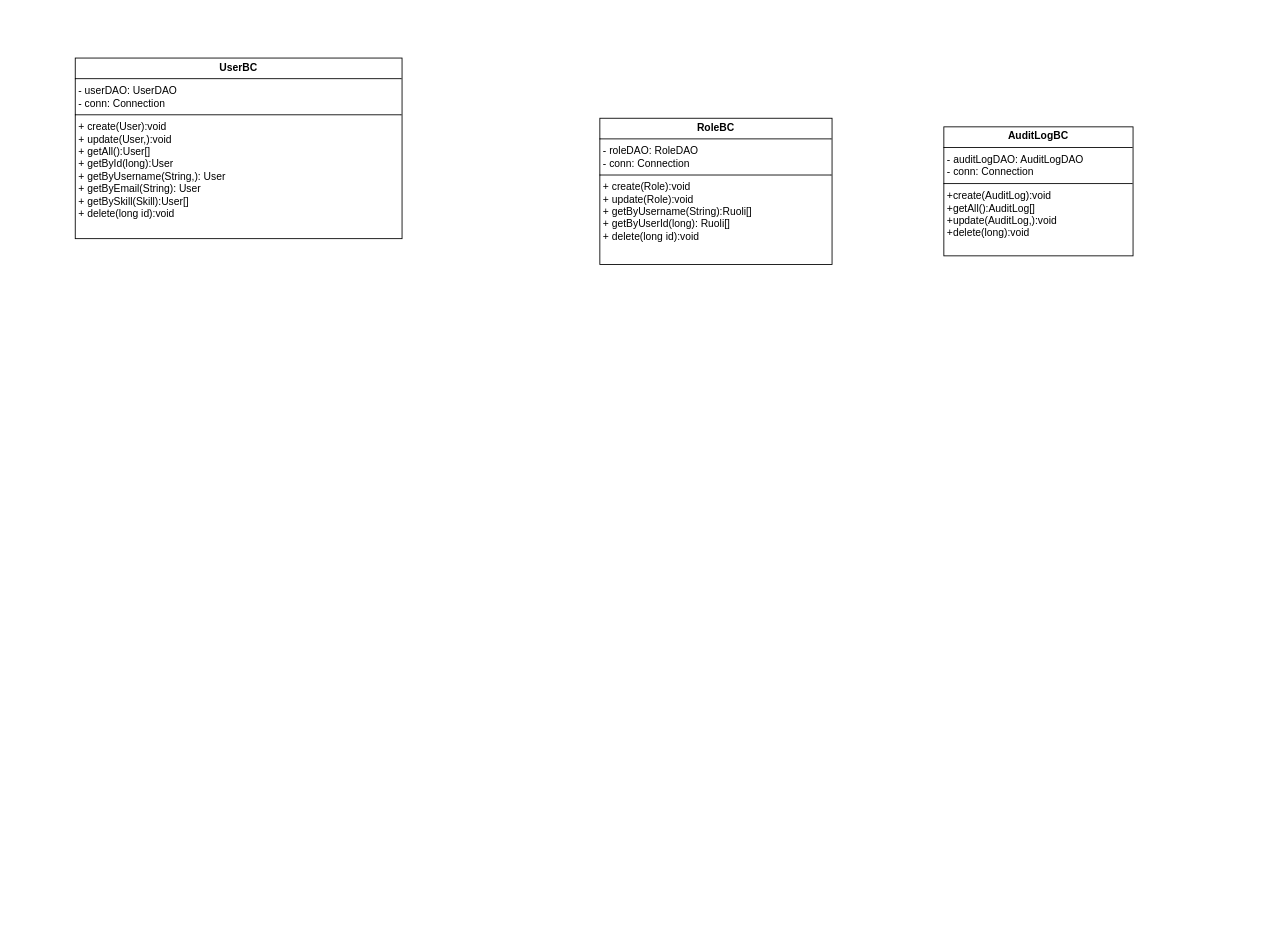
The draw.io diagram page "BC" (2 of 2) of gestione_progetti_uml.drawio in davide-vigano-tas/gestione_progetti, before the edit. Source tidied: cells renumbered, new cells numbered last; positions are measured from the earlier drawing's top-left corner, leaving out a move shared by most shapes. Both pictures are drawn from the tidied source at 86%, with x=0, y=0 at pixel (75, 58).
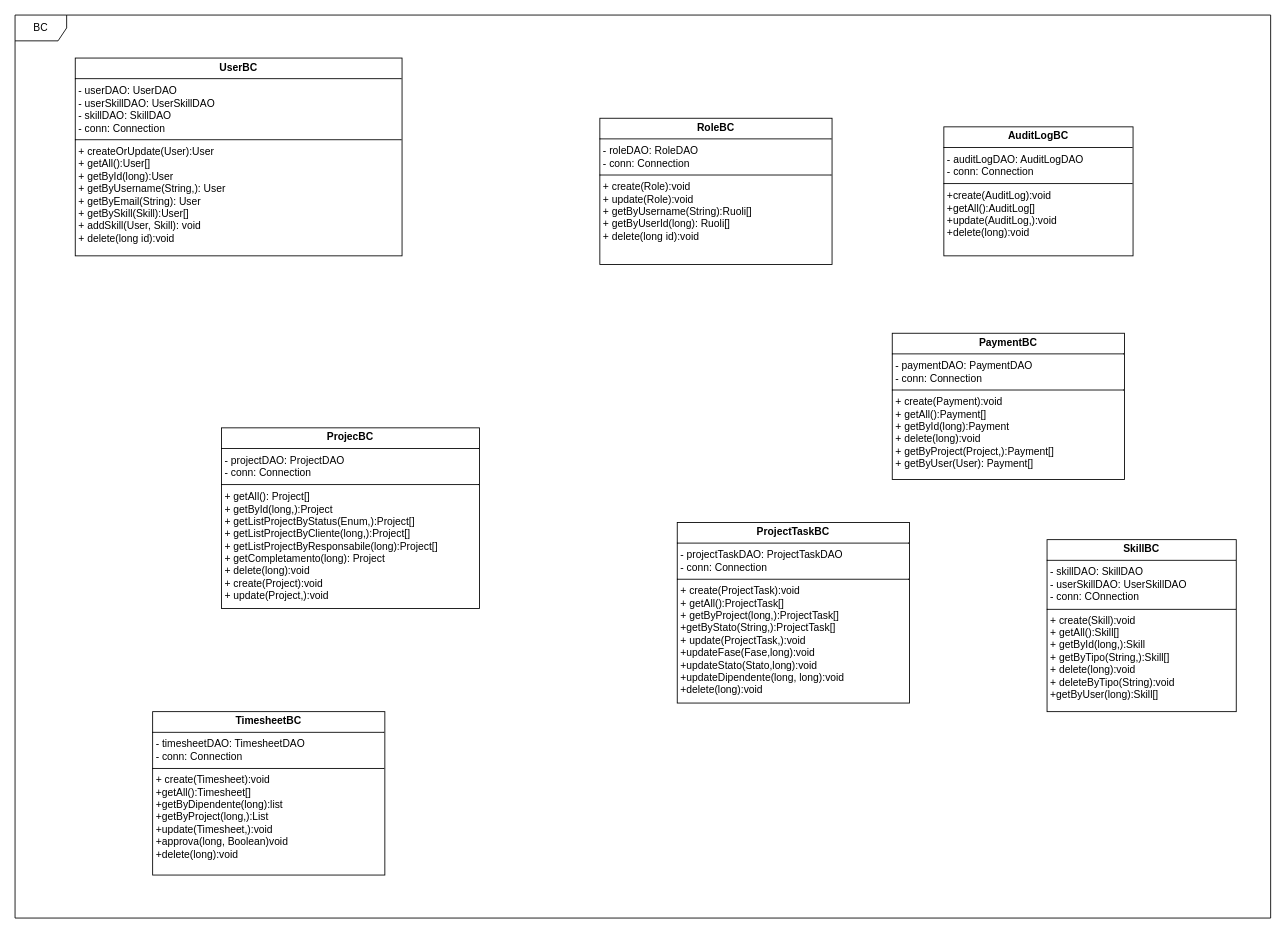
The same diagram, later.

Diff of the diagram source:
```diff
@@
 <mxGraphModel>
   <root>
     <mxCell id="0" />
     <mxCell id="1" parent="0" />
-    <mxCell id="2" value="&lt;p style=&quot;margin:0px;margin-top:4px;text-align:center;&quot;&gt;&lt;b style=&quot;background-color: light-dark(#ffffff, var(--ge-dark-color, #121212));&quot;&gt;&lt;font style=&quot;color: rgb(0, 0, 0);&quot;&gt;UserBC&lt;/font&gt;&lt;/b&gt;&lt;/p&gt;&lt;hr size=&quot;1&quot; style=&quot;border-style:solid;&quot;&gt;&lt;p style=&quot;margin:0px;margin-left:4px;&quot;&gt;- userDAO: UserDAO&lt;/p&gt;&lt;p style=&quot;margin:0px;margin-left:4px;&quot;&gt;- conn: Connection&lt;/p&gt;&lt;hr size=&quot;1&quot; style=&quot;border-style:solid;&quot;&gt;&lt;p style=&quot;margin:0px;margin-left:4px;&quot;&gt;+ create(User):void&lt;/p&gt;&lt;p style=&quot;margin:0px;margin-left:4px;&quot;&gt;+ update(User,):void&lt;/p&gt;&lt;p style=&quot;margin:0px;margin-left:4px;&quot;&gt;+ getAll():User[]&lt;/p&gt;&lt;p style=&quot;margin:0px;margin-left:4px;&quot;&gt;+ getById(long):User&lt;/p&gt;&lt;p style=&quot;margin:0px;margin-left:4px;&quot;&gt;+ getByUsername(String,): User&lt;/p&gt;&lt;p style=&quot;margin:0px;margin-left:4px;&quot;&gt;+&amp;nbsp;&lt;span style=&quot;background-color: transparent; color: light-dark(rgb(0, 0, 0), rgb(255, 255, 255));&quot;&gt;getByEmail(String): User&lt;/span&gt;&lt;/p&gt;&lt;p style=&quot;margin:0px;margin-left:4px;&quot;&gt;+ getBySkill(Skill):User[]&lt;/p&gt;&lt;p style=&quot;margin:0px;margin-left:4px;&quot;&gt;+ delete(long id):void&lt;/p&gt;" style="verticalAlign=top;align=left;overflow=fill;html=1;whiteSpace=wrap;" parent="1" vertex="1">
-      <mxGeometry width="380" height="210" as="geometry" />
+    <mxCell id="2" value="&lt;p style=&quot;margin:0px;margin-top:4px;text-align:center;&quot;&gt;&lt;b style=&quot;background-color: light-dark(#ffffff, var(--ge-dark-color, #121212));&quot;&gt;&lt;font style=&quot;color: rgb(0, 0, 0);&quot;&gt;UserBC&lt;/font&gt;&lt;/b&gt;&lt;/p&gt;&lt;hr size=&quot;1&quot; style=&quot;border-style:solid;&quot;&gt;&lt;p style=&quot;margin:0px;margin-left:4px;&quot;&gt;- userDAO: UserDAO&lt;/p&gt;&lt;p style=&quot;margin:0px;margin-left:4px;&quot;&gt;- userSkillDAO: UserSkillDAO&lt;/p&gt;&lt;p style=&quot;margin:0px;margin-left:4px;&quot;&gt;- skillDAO: SkillDAO&lt;/p&gt;&lt;p style=&quot;margin:0px;margin-left:4px;&quot;&gt;- conn: Connection&lt;/p&gt;&lt;hr size=&quot;1&quot; style=&quot;border-style:solid;&quot;&gt;&lt;p style=&quot;margin:0px;margin-left:4px;&quot;&gt;+ createOrUpdate(User):User&lt;/p&gt;&lt;p style=&quot;margin:0px;margin-left:4px;&quot;&gt;+ getAll():User[]&lt;/p&gt;&lt;p style=&quot;margin:0px;margin-left:4px;&quot;&gt;+ getById(long):User&lt;/p&gt;&lt;p style=&quot;margin:0px;margin-left:4px;&quot;&gt;+ getByUsername(String,): User&lt;/p&gt;&lt;p style=&quot;margin:0px;margin-left:4px;&quot;&gt;+&amp;nbsp;&lt;span style=&quot;background-color: transparent; color: light-dark(rgb(0, 0, 0), rgb(255, 255, 255));&quot;&gt;getByEmail(String): User&lt;/span&gt;&lt;/p&gt;&lt;p style=&quot;margin:0px;margin-left:4px;&quot;&gt;+ getBySkill(Skill):User[]&lt;/p&gt;&lt;p style=&quot;margin:0px;margin-left:4px;&quot;&gt;+ addSkill(User, Skill): void&lt;/p&gt;&lt;p style=&quot;margin:0px;margin-left:4px;&quot;&gt;+ delete(long id):void&lt;/p&gt;" style="verticalAlign=top;align=left;overflow=fill;html=1;whiteSpace=wrap;" parent="1" vertex="1">
+      <mxGeometry width="380" height="230" as="geometry" />
     </mxCell>
     <mxCell id="3" value="&lt;p style=&quot;margin:0px;margin-top:4px;text-align:center;&quot;&gt;&lt;b&gt;RoleBC&lt;/b&gt;&lt;/p&gt;&lt;hr size=&quot;1&quot; style=&quot;border-style:solid;&quot;&gt;&lt;p style=&quot;margin:0px;margin-left:4px;&quot;&gt;- roleDAO: RoleDAO&lt;/p&gt;&lt;p style=&quot;margin:0px;margin-left:4px;&quot;&gt;- conn: Connection&lt;/p&gt;&lt;hr size=&quot;1&quot; style=&quot;border-style:solid;&quot;&gt;&lt;p style=&quot;margin:0px;margin-left:4px;&quot;&gt;+ create(Role):void&lt;/p&gt;&lt;p style=&quot;margin:0px;margin-left:4px;&quot;&gt;+ update(Role):void&lt;/p&gt;&lt;p style=&quot;margin:0px;margin-left:4px;&quot;&gt;+ getByUsername(String):Ruoli[]&lt;/p&gt;&lt;p style=&quot;margin:0px;margin-left:4px;&quot;&gt;+ getByUserId(long): Ruoli[]&lt;/p&gt;&lt;p style=&quot;margin:0px;margin-left:4px;&quot;&gt;+ delete(long id):void&lt;/p&gt;" style="verticalAlign=top;align=left;overflow=fill;html=1;whiteSpace=wrap;" parent="1" vertex="1">
       <mxGeometry x="610" y="70" width="270" height="170" as="geometry" />
     </mxCell>
     <mxCell id="4" value="&lt;p style=&quot;margin:0px;margin-top:4px;text-align:center;&quot;&gt;&lt;span style=&quot;background-color: rgb(255, 255, 255);&quot;&gt;&lt;b&gt;AuditLogBC&lt;/b&gt;&lt;/span&gt;&lt;/p&gt;&lt;hr size=&quot;1&quot; style=&quot;border-style:solid;&quot;&gt;&lt;p style=&quot;margin:0px;margin-left:4px;&quot;&gt;- auditLogDAO: AuditLogDAO&lt;/p&gt;&lt;p style=&quot;margin:0px;margin-left:4px;&quot;&gt;- conn: Connection&lt;/p&gt;&lt;hr size=&quot;1&quot; style=&quot;border-style:solid;&quot;&gt;&lt;p style=&quot;margin:0px;margin-left:4px;&quot;&gt;+create(AuditLog):void&lt;/p&gt;&lt;p style=&quot;margin:0px;margin-left:4px;&quot;&gt;+getAll():AuditLog[]&lt;/p&gt;&lt;p style=&quot;margin:0px;margin-left:4px;&quot;&gt;+update(AuditLog,):void&lt;/p&gt;&lt;p style=&quot;margin:0px;margin-left:4px;&quot;&gt;+delete(long):void&lt;/p&gt;" style="verticalAlign=top;align=left;overflow=fill;html=1;whiteSpace=wrap;" parent="1" vertex="1">
       <mxGeometry x="1010" y="80" width="220" height="150" as="geometry" />
     </mxCell>
+    <mxCell id="5" value="&lt;p style=&quot;margin:0px;margin-top:4px;text-align:center;&quot;&gt;&lt;b style=&quot;background-color: light-dark(#ffffff, var(--ge-dark-color, #121212));&quot;&gt;&lt;font style=&quot;color: rgb(0, 0, 0);&quot;&gt;ProjecBC&lt;/font&gt;&lt;/b&gt;&lt;/p&gt;&lt;hr size=&quot;1&quot; style=&quot;border-style:solid;&quot;&gt;&lt;p style=&quot;margin:0px;margin-left:4px;&quot;&gt;- projectDAO: ProjectDAO&lt;/p&gt;&lt;p style=&quot;margin:0px;margin-left:4px;&quot;&gt;- conn: Connection&lt;/p&gt;&lt;hr size=&quot;1&quot; style=&quot;border-style:solid;&quot;&gt;&lt;p style=&quot;margin:0px;margin-left:4px;&quot;&gt;+ getAll(): Project[]&lt;/p&gt;&lt;p style=&quot;margin: 0px 0px 0px 4px;&quot;&gt;+ getById(long,):Project&lt;/p&gt;&lt;p style=&quot;margin: 0px 0px 0px 4px;&quot;&gt;+ getListProjectByStatus(Enum,):Project[]&lt;/p&gt;&lt;p style=&quot;margin: 0px 0px 0px 4px;&quot;&gt;+ getListProjectByCliente(long,):Project[]&lt;/p&gt;&lt;p style=&quot;margin: 0px 0px 0px 4px;&quot;&gt;+ getListProjectByResponsabile(long):Project[]&lt;/p&gt;&lt;p style=&quot;margin: 0px 0px 0px 4px;&quot;&gt;+ getCompletamento(long): Project&lt;/p&gt;&lt;p style=&quot;margin: 0px 0px 0px 4px;&quot;&gt;+&amp;nbsp;&lt;span style=&quot;background-color: transparent; color: light-dark(rgb(0, 0, 0), rgb(255, 255, 255));&quot;&gt;delete(long):void&lt;/span&gt;&lt;/p&gt;&lt;p style=&quot;margin: 0px 0px 0px 4px;&quot;&gt;&lt;span style=&quot;background-color: transparent; color: light-dark(rgb(0, 0, 0), rgb(255, 255, 255));&quot;&gt;+&amp;nbsp;&lt;/span&gt;&lt;span style=&quot;background-color: transparent; color: light-dark(rgb(0, 0, 0), rgb(255, 255, 255));&quot;&gt;create(Project):void&lt;/span&gt;&lt;/p&gt;&lt;p style=&quot;margin: 0px 0px 0px 4px;&quot;&gt;&lt;span style=&quot;color: light-dark(rgb(0, 0, 0), rgb(255, 255, 255)); background-color: transparent;&quot;&gt;+&amp;nbsp;&lt;/span&gt;&lt;span style=&quot;color: light-dark(rgb(0, 0, 0), rgb(255, 255, 255)); background-color: transparent;&quot;&gt;update(Project,):void&lt;/span&gt;&lt;span style=&quot;background-color: transparent; color: light-dark(rgb(0, 0, 0), rgb(255, 255, 255));&quot;&gt;&lt;/span&gt;&lt;/p&gt;&lt;div&gt;&lt;br&gt;&lt;/div&gt;" style="verticalAlign=top;align=left;overflow=fill;html=1;whiteSpace=wrap;" parent="1" vertex="1">
+      <mxGeometry x="170" y="430" width="300" height="210" as="geometry" />
+    </mxCell>
+    <mxCell id="6" value="&lt;p style=&quot;margin:0px;margin-top:4px;text-align:center;&quot;&gt;&lt;span style=&quot;background-color: rgb(255, 255, 255);&quot;&gt;&lt;b&gt;ProjectTaskBC&lt;/b&gt;&lt;/span&gt;&lt;/p&gt;&lt;hr size=&quot;1&quot; style=&quot;border-style:solid;&quot;&gt;&lt;p style=&quot;margin:0px;margin-left:4px;&quot;&gt;- projectTaskDAO: ProjectTaskDAO&lt;/p&gt;&lt;p style=&quot;margin:0px;margin-left:4px;&quot;&gt;- conn: Connection&lt;/p&gt;&lt;hr size=&quot;1&quot; style=&quot;border-style:solid;&quot;&gt;&lt;p style=&quot;margin:0px;margin-left:4px;&quot;&gt;+ create(ProjectTask):void&lt;/p&gt;&lt;p style=&quot;margin:0px;margin-left:4px;&quot;&gt;+ getAll():ProjectTask[]&lt;/p&gt;&lt;p style=&quot;margin:0px;margin-left:4px;&quot;&gt;+ getByProject(long,):ProjectTask[]&lt;/p&gt;&lt;p style=&quot;margin:0px;margin-left:4px;&quot;&gt;+getByStato(String,):ProjectTask[]&lt;/p&gt;&lt;p style=&quot;margin:0px;margin-left:4px;&quot;&gt;+ update(ProjectTask,):void&lt;/p&gt;&lt;p style=&quot;margin:0px;margin-left:4px;&quot;&gt;+updateFase(Fase,long):void&lt;/p&gt;&lt;p style=&quot;margin:0px;margin-left:4px;&quot;&gt;+updateStato(Stato,long):void&lt;/p&gt;&lt;p style=&quot;margin:0px;margin-left:4px;&quot;&gt;+updateDipendente(long, long):void&lt;/p&gt;&lt;p style=&quot;margin:0px;margin-left:4px;&quot;&gt;+delete(long):void&lt;/p&gt;" style="verticalAlign=top;align=left;overflow=fill;html=1;whiteSpace=wrap;" parent="1" vertex="1">
+      <mxGeometry x="700" y="540" width="270" height="210" as="geometry" />
+    </mxCell>
+    <mxCell id="7" value="&lt;p style=&quot;margin:0px;margin-top:4px;text-align:center;&quot;&gt;&lt;b style=&quot;background-color: light-dark(#ffffff, var(--ge-dark-color, #121212));&quot;&gt;&lt;font style=&quot;color: rgb(0, 0, 0);&quot;&gt;SkillBC&lt;/font&gt;&lt;/b&gt;&lt;/p&gt;&lt;hr size=&quot;1&quot; style=&quot;border-style:solid;&quot;&gt;&lt;p style=&quot;margin:0px;margin-left:4px;&quot;&gt;- skillDAO: SkillDAO&lt;/p&gt;&lt;p style=&quot;margin:0px;margin-left:4px;&quot;&gt;- userSkillDAO: UserSkillDAO&lt;/p&gt;&lt;p style=&quot;margin:0px;margin-left:4px;&quot;&gt;- conn: COnnection&lt;/p&gt;&lt;hr size=&quot;1&quot; style=&quot;border-style:solid;&quot;&gt;&lt;p style=&quot;margin:0px;margin-left:4px;&quot;&gt;+ create(Skill):void&lt;/p&gt;&lt;p style=&quot;margin:0px;margin-left:4px;&quot;&gt;+ getAll():Skill[]&lt;/p&gt;&lt;p style=&quot;margin:0px;margin-left:4px;&quot;&gt;+ getById(long,):Skill&lt;/p&gt;&lt;p style=&quot;margin:0px;margin-left:4px;&quot;&gt;+ getByTipo(String,):Skill[]&lt;/p&gt;&lt;p style=&quot;margin:0px;margin-left:4px;&quot;&gt;+ delete(long):void&lt;/p&gt;&lt;p style=&quot;margin:0px;margin-left:4px;&quot;&gt;+ deleteByTipo(String):void&lt;/p&gt;&lt;p style=&quot;margin:0px;margin-left:4px;&quot;&gt;+getByUser(long):Skill[]&lt;/p&gt;" style="verticalAlign=top;align=left;overflow=fill;html=1;whiteSpace=wrap;" parent="1" vertex="1">
+      <mxGeometry x="1130" y="560" width="220" height="200" as="geometry" />
+    </mxCell>
+    <mxCell id="8" value="&lt;p style=&quot;margin:0px;margin-top:4px;text-align:center;&quot;&gt;&lt;b style=&quot;background-color: light-dark(#ffffff, var(--ge-dark-color, #121212));&quot;&gt;&lt;font style=&quot;color: rgb(0, 0, 0);&quot;&gt;PaymentBC&lt;/font&gt;&lt;/b&gt;&lt;/p&gt;&lt;hr size=&quot;1&quot; style=&quot;border-style:solid;&quot;&gt;&lt;p style=&quot;margin:0px;margin-left:4px;&quot;&gt;- paymentDAO: PaymentDAO&lt;/p&gt;&lt;p style=&quot;margin:0px;margin-left:4px;&quot;&gt;- conn: Connection&lt;/p&gt;&lt;hr size=&quot;1&quot; style=&quot;border-style:solid;&quot;&gt;&lt;p style=&quot;margin:0px;margin-left:4px;&quot;&gt;+ create(Payment):void&lt;/p&gt;&lt;p style=&quot;margin:0px;margin-left:4px;&quot;&gt;+ getAll():Payment[]&lt;/p&gt;&lt;p style=&quot;margin:0px;margin-left:4px;&quot;&gt;+ getById(long):Payment&lt;/p&gt;&lt;p style=&quot;margin:0px;margin-left:4px;&quot;&gt;+ delete(long):void&lt;/p&gt;&lt;p style=&quot;margin:0px;margin-left:4px;&quot;&gt;+ getByProject(Project,):Payment[]&lt;/p&gt;&lt;p style=&quot;margin:0px;margin-left:4px;&quot;&gt;+ getByUser(User): Payment[]&lt;/p&gt;&lt;p style=&quot;margin:0px;margin-left:4px;&quot;&gt;&lt;br&gt;&lt;/p&gt;" style="verticalAlign=top;align=left;overflow=fill;html=1;whiteSpace=wrap;" parent="1" vertex="1">
+      <mxGeometry x="950" y="320" width="270" height="170" as="geometry" />
+    </mxCell>
+    <mxCell id="9" value="&lt;p style=&quot;margin:0px;margin-top:4px;text-align:center;&quot;&gt;&lt;span style=&quot;background-color: rgb(255, 255, 255);&quot;&gt;&lt;b&gt;TimesheetBC&lt;/b&gt;&lt;/span&gt;&lt;/p&gt;&lt;hr size=&quot;1&quot; style=&quot;border-style:solid;&quot;&gt;&lt;p style=&quot;margin:0px;margin-left:4px;&quot;&gt;- timesheetDAO: TimesheetDAO&lt;/p&gt;&lt;p style=&quot;margin:0px;margin-left:4px;&quot;&gt;- conn: Connection&lt;/p&gt;&lt;hr size=&quot;1&quot; style=&quot;border-style:solid;&quot;&gt;&lt;p style=&quot;margin:0px;margin-left:4px;&quot;&gt;+ create(Timesheet):void&lt;/p&gt;&lt;p style=&quot;margin:0px;margin-left:4px;&quot;&gt;+getAll():Timesheet[]&lt;/p&gt;&lt;p style=&quot;margin:0px;margin-left:4px;&quot;&gt;+getByDipendente(long):list&lt;/p&gt;&lt;p style=&quot;margin:0px;margin-left:4px;&quot;&gt;+getByProject(long,):List&lt;/p&gt;&lt;p style=&quot;margin:0px;margin-left:4px;&quot;&gt;+update(Timesheet,):void&lt;/p&gt;&lt;p style=&quot;margin:0px;margin-left:4px;&quot;&gt;+approva(long, Boolean)void&lt;/p&gt;&lt;p style=&quot;margin:0px;margin-left:4px;&quot;&gt;+delete(long):void&lt;/p&gt;" style="verticalAlign=top;align=left;overflow=fill;html=1;whiteSpace=wrap;" parent="1" vertex="1">
+      <mxGeometry x="90" y="760" width="270" height="190" as="geometry" />
+    </mxCell>
+    <mxCell id="10" value="BC" style="shape=umlFrame;whiteSpace=wrap;html=1;" parent="1" vertex="1">
+      <mxGeometry x="-70" y="-50" width="1460" height="1050" as="geometry" />
+    </mxCell>
   </root>
 </mxGraphModel>
```
